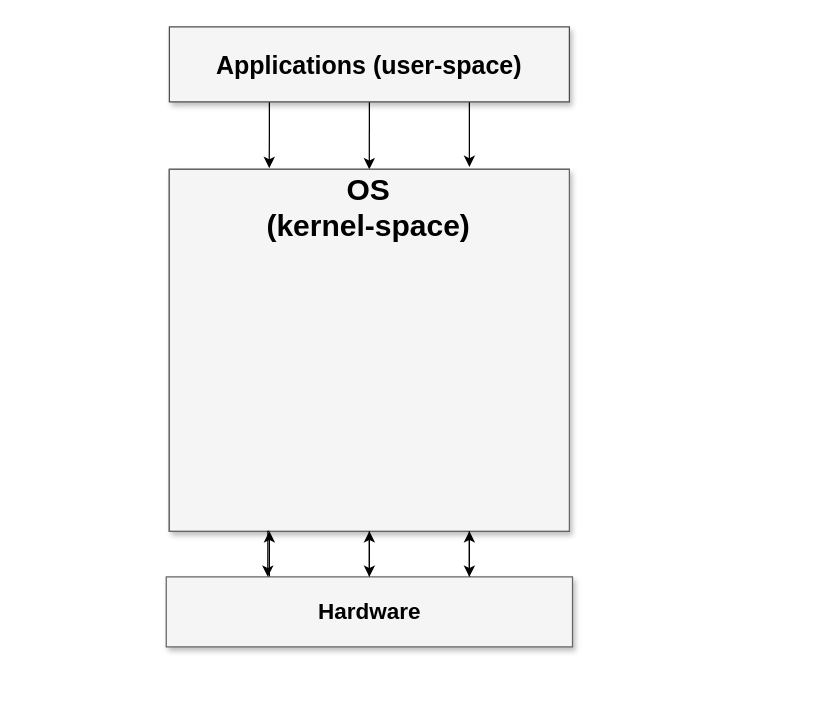
The draw.io diagram page "OS_1" (2 of 4) of Operating_Systems/img/OS.drawio in Steindvart/My_study, before the edit. Source tidied: cells renumbered, new cells numbered last; positions are measured from the earlier drawing's top-left corner, leaving out a move shared by most shapes. Both pictures are drawn from the tidied source at 125%, with x=0, y=0 at pixel (166, 26).
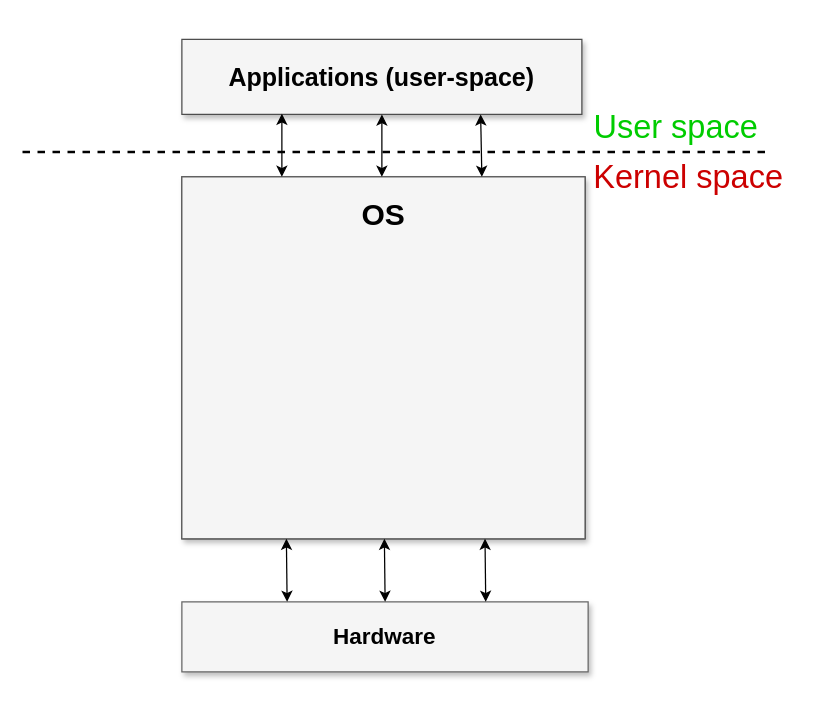
Above is the later version.

Change to the diagram source:
```diff
@@
-    <mxCell id="2" style="edgeStyle=orthogonalEdgeStyle;rounded=0;jettySize=auto;html=1;exitX=0.25;exitY=1;exitDx=0;exitDy=0;entryX=0.144;entryY=-0.016;entryDx=0;entryDy=0;entryPerimeter=0;" parent="1" edge="1" source="5" target="13">
-      <mxGeometry relative="1" as="geometry" />
-    </mxCell>
-    <mxCell id="3" style="edgeStyle=orthogonalEdgeStyle;rounded=0;jettySize=auto;html=1;exitX=0.5;exitY=1;exitDx=0;exitDy=0;entryX=0.5;entryY=0;entryDx=0;entryDy=0;" parent="1" edge="1" source="5" target="13">
-      <mxGeometry relative="1" as="geometry" />
-    </mxCell>
-    <mxCell id="4" style="edgeStyle=orthogonalEdgeStyle;rounded=0;jettySize=auto;html=1;exitX=0.75;exitY=1;exitDx=0;exitDy=0;entryX=0.856;entryY=-0.032;entryDx=0;entryDy=0;entryPerimeter=0;" parent="1" edge="1" source="5" target="13">
-      <mxGeometry relative="1" as="geometry" />
-    </mxCell>
     <mxCell id="5" value="&lt;b&gt;Applications (user-space)&lt;/b&gt;" style="whiteSpace=wrap;html=1;shadow=1;fontSize=20;fillColor=#f5f5f5;strokeColor=#4D4D4D;strokeWidth=1;" parent="1" vertex="1">
-      <mxGeometry x="2" width="320" height="60" as="geometry" />
+      <mxGeometry x="12" y="10" width="320" height="60" as="geometry" />
     </mxCell>
-    <mxCell id="6" style="edgeStyle=orthogonalEdgeStyle;rounded=0;jettySize=auto;html=1;exitX=0.25;exitY=0;exitDx=0;exitDy=0;entryX=0.25;entryY=1;entryDx=0;entryDy=0;" parent="1" edge="1" source="9" target="12">
-      <mxGeometry relative="1" as="geometry" />
-    </mxCell>
-    <mxCell id="7" style="edgeStyle=orthogonalEdgeStyle;rounded=0;jettySize=auto;html=1;exitX=0.5;exitY=0;exitDx=0;exitDy=0;entryX=0.5;entryY=1;entryDx=0;entryDy=0;" parent="1" edge="1" source="9" target="12">
-      <mxGeometry relative="1" as="geometry" />
-    </mxCell>
-    <mxCell id="8" style="edgeStyle=orthogonalEdgeStyle;rounded=0;jettySize=auto;html=1;exitX=0.75;exitY=0;exitDx=0;exitDy=0;entryX=0.75;entryY=1;entryDx=0;entryDy=0;" parent="1" edge="1" source="9" target="12">
-      <mxGeometry relative="1" as="geometry" />
-    </mxCell>
     <mxCell id="9" value="&lt;b&gt;Hardware&lt;/b&gt;" style="whiteSpace=wrap;html=1;shadow=1;fontSize=18;fillColor=#f5f5f5;strokeColor=#666666;" parent="1" vertex="1">
-      <mxGeometry x="-0.5" y="440" width="325" height="56" as="geometry" />
+      <mxGeometry x="12" y="460" width="325" height="56" as="geometry" />
     </mxCell>
-    <mxCell id="10" style="edgeStyle=orthogonalEdgeStyle;rounded=0;jettySize=auto;html=1;exitX=0.5;exitY=1;exitDx=0;exitDy=0;entryX=0.5;entryY=0;entryDx=0;entryDy=0;" parent="1" edge="1" target="13">
-      <mxGeometry relative="1" as="geometry">
-        <mxPoint x="162" y="114" as="sourcePoint" />
-      </mxGeometry>
-    </mxCell>
-    <mxCell id="11" style="group;fillColor=#CCCCCC;strokeColor=#000000;rounded=0;glass=0;comic=0;" parent="1" vertex="1">
-      <mxGeometry x="2" y="114" width="320" height="289.5" as="geometry" />
-    </mxCell>
-    <mxCell id="12" style="whiteSpace=wrap;html=1;shadow=1;fontSize=18;fillColor=#f5f5f5;strokeColor=#666666;" parent="11" vertex="1">
-      <mxGeometry width="320" height="289.5" as="geometry" />
-    </mxCell>
-    <mxCell id="13" value="&lt;font style=&quot;font-size: 24px&quot;&gt;&lt;b&gt;&lt;font style=&quot;font-size: 24px&quot;&gt;OS &lt;br&gt;(kernel-space)&lt;br&gt;&lt;/font&gt;&lt;/b&gt;&lt;/font&gt;" style="text;html=1;strokeColor=none;fillColor=none;align=center;verticalAlign=middle;whiteSpace=wrap;rounded=0;" parent="11" vertex="1">
-      <mxGeometry x="47.5" width="224.9" height="62" as="geometry" />
-    </mxCell>
-    <mxCell id="14" style="edgeStyle=orthogonalEdgeStyle;rounded=0;jettySize=auto;html=1;exitX=0.75;exitY=1;exitDx=0;exitDy=0;" parent="1" edge="1" source="12">
-      <mxGeometry relative="1" as="geometry">
-        <mxPoint x="242" y="440" as="targetPoint" />
-      </mxGeometry>
-    </mxCell>
-    <mxCell id="15" style="edgeStyle=orthogonalEdgeStyle;rounded=0;jettySize=auto;html=1;exitX=0.5;exitY=1;exitDx=0;exitDy=0;entryX=0.5;entryY=0;entryDx=0;entryDy=0;" parent="1" edge="1" source="12" target="9">
-      <mxGeometry relative="1" as="geometry" />
-    </mxCell>
-    <mxCell id="16" style="edgeStyle=orthogonalEdgeStyle;rounded=0;jettySize=auto;html=1;exitX=0.25;exitY=1;exitDx=0;exitDy=0;entryX=0.25;entryY=0;entryDx=0;entryDy=0;" parent="1" edge="1" source="12" target="9">
-      <mxGeometry relative="1" as="geometry" />
-    </mxCell>
+    <mxCell id="17" style="edgeStyle=orthogonalEdgeStyle;shape=link;rounded=0;orthogonalLoop=1;jettySize=auto;html=1;shadow=0;strokeWidth=2;" parent="1" edge="1">
+      <mxGeometry relative="1" as="geometry">
+        <mxPoint x="172.1" y="120" as="sourcePoint" />
+        <mxPoint x="172" y="120" as="targetPoint" />
+      </mxGeometry>
+    </mxCell>
+    <mxCell id="18" style="group;fillColor=#CCCCCC;strokeColor=#000000;rounded=0;glass=0;comic=0;" parent="1" vertex="1">
+      <mxGeometry x="12" y="120" width="322.5" height="289.5" as="geometry" />
+    </mxCell>
+    <mxCell id="19" style="whiteSpace=wrap;html=1;shadow=1;fontSize=18;fillColor=#f5f5f5;strokeColor=#666666;" parent="18" vertex="1">
+      <mxGeometry width="322.5" height="289.5" as="geometry" />
+    </mxCell>
+    <mxCell id="20" value="&lt;font style=&quot;font-size: 24px&quot;&gt;&lt;b&gt;&lt;font style=&quot;font-size: 24px&quot;&gt;OS &lt;br&gt;&lt;/font&gt;&lt;/b&gt;&lt;/font&gt;" style="text;html=1;strokeColor=none;fillColor=none;align=center;verticalAlign=middle;whiteSpace=wrap;rounded=0;" parent="18" vertex="1">
+      <mxGeometry x="47.9" width="226.7" height="62" as="geometry" />
+    </mxCell>
+    <mxCell id="21" style="endArrow=classic;startArrow=classic;html=1;entryX=0.25;entryY=1;entryDx=0;entryDy=0;exitX=0.25;exitY=0;exitDx=0;exitDy=0;" parent="1" edge="1">
+      <mxGeometry relative="1" as="geometry">
+        <mxPoint x="96.2" y="460" as="sourcePoint" />
+        <mxPoint x="95.6" y="409.5" as="targetPoint" />
+      </mxGeometry>
+    </mxCell>
+    <mxCell id="22" style="endArrow=classic;startArrow=classic;html=1;entryX=0.25;entryY=1;entryDx=0;entryDy=0;exitX=0.25;exitY=0;exitDx=0;exitDy=0;" parent="1" edge="1">
+      <mxGeometry relative="1" as="geometry">
+        <mxPoint x="174.6" y="460" as="sourcePoint" />
+        <mxPoint x="174" y="409.5" as="targetPoint" />
+      </mxGeometry>
+    </mxCell>
+    <mxCell id="23" style="endArrow=classic;startArrow=classic;html=1;entryX=0.25;entryY=1;entryDx=0;entryDy=0;exitX=0.25;exitY=0;exitDx=0;exitDy=0;" parent="1" edge="1">
+      <mxGeometry relative="1" as="geometry">
+        <mxPoint x="255.1" y="460" as="sourcePoint" />
+        <mxPoint x="254.5" y="409.5" as="targetPoint" />
+      </mxGeometry>
+    </mxCell>
+    <mxCell id="24" style="endArrow=none;dashed=1;html=1;shadow=0;strokeWidth=2;" parent="1" edge="1">
+      <mxGeometry relative="1" as="geometry">
+        <mxPoint x="-115.5" y="100" as="sourcePoint" />
+        <mxPoint x="484.5" y="100" as="targetPoint" />
+      </mxGeometry>
+    </mxCell>
+    <mxCell id="25" value="&lt;font style=&quot;font-size: 26px&quot; color=&quot;#00CC00&quot;&gt;User space&lt;br&gt;&lt;/font&gt;" style="text;html=1;align=center;verticalAlign=middle;" parent="1" vertex="1">
+      <mxGeometry x="332" y="70" width="150" height="20" as="geometry" />
+    </mxCell>
+    <mxCell id="26" value="&lt;font style=&quot;font-size: 26px&quot; color=&quot;#CC0000&quot;&gt;Kernel space&lt;br&gt;&lt;/font&gt;" style="text;html=1;align=center;verticalAlign=middle;" parent="1" vertex="1">
+      <mxGeometry x="332" y="110" width="170" height="20" as="geometry" />
+    </mxCell>
+    <mxCell id="27" style="endArrow=classic;startArrow=classic;html=1;entryX=0.25;entryY=1;entryDx=0;entryDy=0;" parent="1" edge="1">
+      <mxGeometry relative="1" as="geometry">
+        <mxPoint x="92" y="120" as="sourcePoint" />
+        <mxPoint x="92" y="69.5" as="targetPoint" />
+      </mxGeometry>
+    </mxCell>
+    <mxCell id="28" style="endArrow=classic;startArrow=classic;html=1;entryX=0.5;entryY=1;entryDx=0;entryDy=0;exitX=0.5;exitY=0;exitDx=0;exitDy=0;" parent="1" edge="1" target="5">
+      <mxGeometry relative="1" as="geometry">
+        <mxPoint x="172" y="120" as="sourcePoint" />
+      </mxGeometry>
+    </mxCell>
+    <mxCell id="29" style="endArrow=classic;startArrow=classic;html=1;exitX=0.75;exitY=0;exitDx=0;exitDy=0;" parent="1" edge="1">
+      <mxGeometry relative="1" as="geometry">
+        <mxPoint x="252" y="120" as="sourcePoint" />
+        <mxPoint x="251" y="70" as="targetPoint" />
+      </mxGeometry>
+    </mxCell>
```
